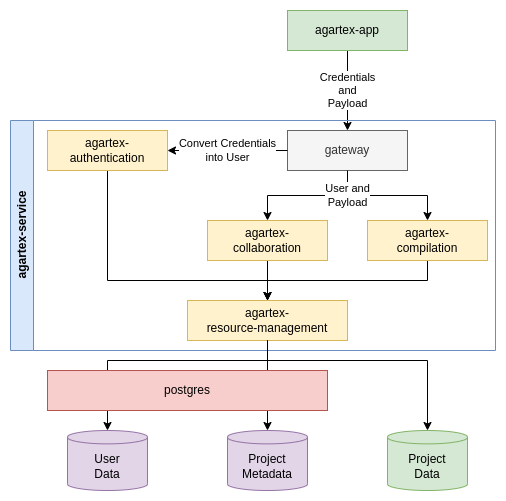
Agar-OSS/agartex-service-core keeps this draw.io diagram as design/microservices.png. Above is the earlier version. Source tidied: cells renumbered, new cells last; positions are measured from the earlier drawing's top-left corner, leaving out a move shared by most shapes. Source of this version:
```xml
<mxGraphModel>
  <root>
    <mxCell id="0" />
    <mxCell id="1" parent="0" />
    <mxCell id="2" value="Credentials&lt;br&gt;and&lt;br&gt;Payload" style="edgeStyle=orthogonalEdgeStyle;rounded=0;jettySize=auto;html=1;exitX=0.5;exitY=1;exitDx=0;exitDy=0;entryX=0.5;entryY=0;entryDx=0;entryDy=0;" parent="1" edge="1" source="3" target="8">
      <mxGeometry relative="1" as="geometry" />
    </mxCell>
    <mxCell id="3" value="agartex-app" style="rounded=0;whiteSpace=wrap;html=1;fillColor=#d5e8d4;strokeColor=#82b366;" parent="1" vertex="1">
      <mxGeometry x="277" width="120" height="40" as="geometry" />
    </mxCell>
    <mxCell id="4" value="agartex-service" style="swimlane;horizontal=0;whiteSpace=wrap;html=1;fillColor=#dae8fc;strokeColor=#6c8ebf;" parent="1" vertex="1">
      <mxGeometry y="110" width="485" height="230" as="geometry" />
    </mxCell>
    <mxCell id="5" style="edgeStyle=orthogonalEdgeStyle;rounded=0;jettySize=auto;html=1;exitX=0.5;exitY=1;exitDx=0;exitDy=0;entryX=0.5;entryY=0;entryDx=0;entryDy=0;" parent="4" edge="1" source="8" target="14">
      <mxGeometry relative="1" as="geometry" />
    </mxCell>
    <mxCell id="6" style="edgeStyle=orthogonalEdgeStyle;rounded=0;jettySize=auto;html=1;exitX=0.5;exitY=1;exitDx=0;exitDy=0;entryX=0.5;entryY=0;entryDx=0;entryDy=0;" parent="4" edge="1" source="7" target="15">
      <mxGeometry relative="1" as="geometry">
        <Array as="points">
          <mxPoint x="97" y="160" />
          <mxPoint x="257" y="160" />
        </Array>
      </mxGeometry>
    </mxCell>
    <mxCell id="7" value="agartex-authentication" style="rounded=0;whiteSpace=wrap;html=1;fillColor=#fff2cc;strokeColor=#d6b656;" parent="4" vertex="1">
      <mxGeometry x="37" y="10" width="120" height="40" as="geometry" />
    </mxCell>
    <mxCell id="8" value="gateway" style="rounded=0;whiteSpace=wrap;html=1;fillColor=#f5f5f5;strokeColor=#666666;fontColor=#333333;" parent="4" vertex="1">
      <mxGeometry x="277" y="10" width="120" height="40" as="geometry" />
    </mxCell>
    <mxCell id="9" value="Convert Credentials&lt;br&gt;into User" style="edgeStyle=orthogonalEdgeStyle;rounded=0;jettySize=auto;html=1;exitX=0;exitY=0.5;exitDx=0;exitDy=0;entryX=1;entryY=0.5;entryDx=0;entryDy=0;labelBackgroundColor=default;" parent="4" edge="1" source="8" target="7">
      <mxGeometry relative="1" as="geometry" />
    </mxCell>
    <mxCell id="10" style="edgeStyle=orthogonalEdgeStyle;rounded=0;jettySize=auto;html=1;entryX=0.5;entryY=0;entryDx=0;entryDy=0;" parent="4" edge="1" source="11" target="15">
      <mxGeometry relative="1" as="geometry" />
    </mxCell>
    <mxCell id="11" value="agartex-&lt;br&gt;collaboration" style="rounded=0;whiteSpace=wrap;html=1;fillColor=#fff2cc;strokeColor=#d6b656;" parent="4" vertex="1">
      <mxGeometry x="197" y="100" width="120" height="40" as="geometry" />
    </mxCell>
    <mxCell id="12" value="User and&lt;br&gt;Payload" style="edgeStyle=orthogonalEdgeStyle;rounded=0;jettySize=auto;html=1;exitX=0.5;exitY=1;exitDx=0;exitDy=0;entryX=0.5;entryY=0;entryDx=0;entryDy=0;" parent="4" edge="1" source="8" target="11">
      <mxGeometry x="-0.62" relative="1" as="geometry" />
    </mxCell>
    <mxCell id="13" style="edgeStyle=orthogonalEdgeStyle;rounded=0;jettySize=auto;html=1;exitX=0.5;exitY=1;exitDx=0;exitDy=0;" parent="4" edge="1" source="14">
      <mxGeometry relative="1" as="geometry">
        <mxPoint x="257" y="180" as="targetPoint" />
      </mxGeometry>
    </mxCell>
    <mxCell id="14" value="agartex-&lt;br&gt;compilation" style="rounded=0;whiteSpace=wrap;html=1;fillColor=#fff2cc;strokeColor=#d6b656;" parent="4" vertex="1">
      <mxGeometry x="357" y="100" width="120" height="40" as="geometry" />
    </mxCell>
    <mxCell id="15" value="agartex-&lt;br&gt;resource-management" style="rounded=0;whiteSpace=wrap;html=1;fillColor=#fff2cc;strokeColor=#d6b656;" parent="4" vertex="1">
      <mxGeometry x="177" y="180" width="160" height="40" as="geometry" />
    </mxCell>
    <mxCell id="16" value="Project&lt;br&gt;Data" style="shape=cylinder3;whiteSpace=wrap;html=1;boundedLbl=1;backgroundOutline=1;size=6.682926829268354;fillColor=#d5e8d4;strokeColor=#82b366;" parent="1" vertex="1">
      <mxGeometry x="377" y="420" width="80" height="60" as="geometry" />
    </mxCell>
    <mxCell id="17" value="User&lt;br&gt;Data" style="shape=cylinder3;whiteSpace=wrap;html=1;boundedLbl=1;backgroundOutline=1;size=6.682926829268354;fillColor=#e1d5e7;strokeColor=#9673a6;" parent="1" vertex="1">
      <mxGeometry x="57" y="420" width="80" height="60" as="geometry" />
    </mxCell>
    <mxCell id="18" value="Project&lt;br&gt;Metadata" style="shape=cylinder3;whiteSpace=wrap;html=1;boundedLbl=1;backgroundOutline=1;size=6.682926829268354;fillColor=#e1d5e7;strokeColor=#9673a6;" parent="1" vertex="1">
      <mxGeometry x="217" y="420" width="80" height="60" as="geometry" />
    </mxCell>
    <mxCell id="19" style="edgeStyle=orthogonalEdgeStyle;rounded=0;jettySize=auto;html=1;" parent="1" edge="1" target="18">
      <mxGeometry relative="1" as="geometry">
        <mxPoint x="257" y="330" as="sourcePoint" />
      </mxGeometry>
    </mxCell>
    <mxCell id="20" style="edgeStyle=orthogonalEdgeStyle;rounded=0;jettySize=auto;html=1;exitX=0.5;exitY=1;exitDx=0;exitDy=0;" parent="1" edge="1" source="15" target="17">
      <mxGeometry relative="1" as="geometry">
        <Array as="points">
          <mxPoint x="257" y="350" />
          <mxPoint x="97" y="350" />
        </Array>
      </mxGeometry>
    </mxCell>
    <mxCell id="21" style="edgeStyle=orthogonalEdgeStyle;rounded=0;jettySize=auto;html=1;exitX=0.5;exitY=1;exitDx=0;exitDy=0;entryX=0.5;entryY=0;entryDx=0;entryDy=0;entryPerimeter=0;" parent="1" edge="1" source="15" target="16">
      <mxGeometry relative="1" as="geometry">
        <Array as="points">
          <mxPoint x="257" y="350" />
          <mxPoint x="417" y="350" />
        </Array>
      </mxGeometry>
    </mxCell>
    <mxCell id="22" value="postgres" style="rounded=0;whiteSpace=wrap;html=1;fillColor=#f8cecc;strokeColor=#b85450;" parent="1" vertex="1">
      <mxGeometry x="37" y="360" width="280" height="40" as="geometry" />
    </mxCell>
  </root>
</mxGraphModel>
```
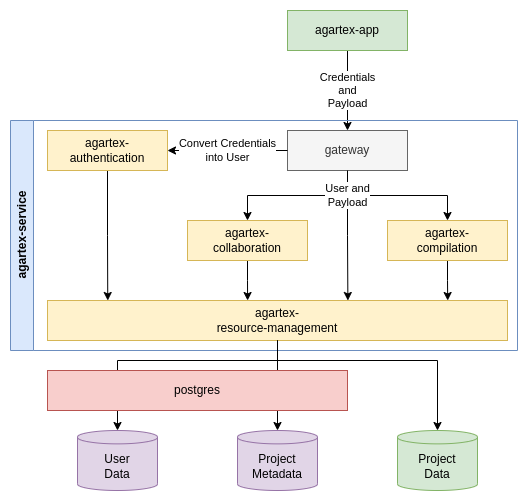
After the commit.

Change to the diagram source:
```diff
@@ -9,80 +9,74 @@
       <mxGeometry x="277" width="120" height="40" as="geometry" />
     </mxCell>
     <mxCell id="4" value="agartex-service" style="swimlane;horizontal=0;whiteSpace=wrap;html=1;fillColor=#dae8fc;strokeColor=#6c8ebf;" parent="1" vertex="1">
-      <mxGeometry y="110" width="485" height="230" as="geometry" />
+      <mxGeometry y="110" width="507" height="230" as="geometry" />
     </mxCell>
     <mxCell id="5" style="edgeStyle=orthogonalEdgeStyle;rounded=0;jettySize=auto;html=1;exitX=0.5;exitY=1;exitDx=0;exitDy=0;entryX=0.5;entryY=0;entryDx=0;entryDy=0;" parent="4" edge="1" source="8" target="14">
       <mxGeometry relative="1" as="geometry" />
     </mxCell>
-    <mxCell id="6" style="edgeStyle=orthogonalEdgeStyle;rounded=0;jettySize=auto;html=1;exitX=0.5;exitY=1;exitDx=0;exitDy=0;entryX=0.5;entryY=0;entryDx=0;entryDy=0;" parent="4" edge="1" source="7" target="15">
-      <mxGeometry relative="1" as="geometry">
-        <Array as="points">
-          <mxPoint x="97" y="160" />
-          <mxPoint x="257" y="160" />
-        </Array>
-      </mxGeometry>
+    <mxCell id="6" style="edgeStyle=orthogonalEdgeStyle;rounded=0;jettySize=auto;html=1;exitX=0.5;exitY=1;exitDx=0;exitDy=0;entryX=0.131;entryY=0;entryDx=0;entryDy=0;entryPerimeter=0;" parent="4" edge="1" source="7" target="15">
+      <mxGeometry relative="1" as="geometry" />
     </mxCell>
     <mxCell id="7" value="agartex-authentication" style="rounded=0;whiteSpace=wrap;html=1;fillColor=#fff2cc;strokeColor=#d6b656;" parent="4" vertex="1">
       <mxGeometry x="37" y="10" width="120" height="40" as="geometry" />
     </mxCell>
+    <mxCell id="23" style="edgeStyle=orthogonalEdgeStyle;rounded=0;jettySize=auto;html=1;exitX=0.5;exitY=1;exitDx=0;exitDy=0;entryX=0.653;entryY=0;entryDx=0;entryDy=0;entryPerimeter=0;" parent="4" edge="1" source="8" target="15">
+      <mxGeometry relative="1" as="geometry" />
+    </mxCell>
     <mxCell id="8" value="gateway" style="rounded=0;whiteSpace=wrap;html=1;fillColor=#f5f5f5;strokeColor=#666666;fontColor=#333333;" parent="4" vertex="1">
       <mxGeometry x="277" y="10" width="120" height="40" as="geometry" />
     </mxCell>
     <mxCell id="9" value="Convert Credentials&lt;br&gt;into User" style="edgeStyle=orthogonalEdgeStyle;rounded=0;jettySize=auto;html=1;exitX=0;exitY=0.5;exitDx=0;exitDy=0;entryX=1;entryY=0.5;entryDx=0;entryDy=0;labelBackgroundColor=default;" parent="4" edge="1" source="8" target="7">
       <mxGeometry relative="1" as="geometry" />
     </mxCell>
-    <mxCell id="10" style="edgeStyle=orthogonalEdgeStyle;rounded=0;jettySize=auto;html=1;entryX=0.5;entryY=0;entryDx=0;entryDy=0;" parent="4" edge="1" source="11" target="15">
+    <mxCell id="10" style="edgeStyle=orthogonalEdgeStyle;rounded=0;jettySize=auto;html=1;exitX=0.5;exitY=1;exitDx=0;exitDy=0;entryX=0.435;entryY=0;entryDx=0;entryDy=0;entryPerimeter=0;" parent="4" edge="1" source="11" target="15">
       <mxGeometry relative="1" as="geometry" />
     </mxCell>
     <mxCell id="11" value="agartex-&lt;br&gt;collaboration" style="rounded=0;whiteSpace=wrap;html=1;fillColor=#fff2cc;strokeColor=#d6b656;" parent="4" vertex="1">
-      <mxGeometry x="197" y="100" width="120" height="40" as="geometry" />
+      <mxGeometry x="177" y="100" width="120" height="40" as="geometry" />
     </mxCell>
     <mxCell id="12" value="User and&lt;br&gt;Payload" style="edgeStyle=orthogonalEdgeStyle;rounded=0;jettySize=auto;html=1;exitX=0.5;exitY=1;exitDx=0;exitDy=0;entryX=0.5;entryY=0;entryDx=0;entryDy=0;" parent="4" edge="1" source="8" target="11">
-      <mxGeometry x="-0.62" relative="1" as="geometry" />
+      <mxGeometry x="-0.67" relative="1" as="geometry" />
     </mxCell>
-    <mxCell id="13" style="edgeStyle=orthogonalEdgeStyle;rounded=0;jettySize=auto;html=1;exitX=0.5;exitY=1;exitDx=0;exitDy=0;" parent="4" edge="1" source="14">
-      <mxGeometry relative="1" as="geometry">
-        <mxPoint x="257" y="180" as="targetPoint" />
-      </mxGeometry>
-    </mxCell>
+    <mxCell id="24" style="edgeStyle=orthogonalEdgeStyle;rounded=0;jettySize=auto;html=1;exitX=0.5;exitY=1;exitDx=0;exitDy=0;entryX=0.87;entryY=0;entryDx=0;entryDy=0;entryPerimeter=0;" parent="4" edge="1" source="14" target="15">
+      <mxGeometry relative="1" as="geometry" />
+    </mxCell>
     <mxCell id="14" value="agartex-&lt;br&gt;compilation" style="rounded=0;whiteSpace=wrap;html=1;fillColor=#fff2cc;strokeColor=#d6b656;" parent="4" vertex="1">
-      <mxGeometry x="357" y="100" width="120" height="40" as="geometry" />
+      <mxGeometry x="377" y="100" width="120" height="40" as="geometry" />
     </mxCell>
     <mxCell id="15" value="agartex-&lt;br&gt;resource-management" style="rounded=0;whiteSpace=wrap;html=1;fillColor=#fff2cc;strokeColor=#d6b656;" parent="4" vertex="1">
-      <mxGeometry x="177" y="180" width="160" height="40" as="geometry" />
+      <mxGeometry x="37" y="180" width="460" height="40" as="geometry" />
     </mxCell>
     <mxCell id="16" value="Project&lt;br&gt;Data" style="shape=cylinder3;whiteSpace=wrap;html=1;boundedLbl=1;backgroundOutline=1;size=6.682926829268354;fillColor=#d5e8d4;strokeColor=#82b366;" parent="1" vertex="1">
-      <mxGeometry x="377" y="420" width="80" height="60" as="geometry" />
+      <mxGeometry x="387" y="420" width="80" height="60" as="geometry" />
     </mxCell>
     <mxCell id="17" value="User&lt;br&gt;Data" style="shape=cylinder3;whiteSpace=wrap;html=1;boundedLbl=1;backgroundOutline=1;size=6.682926829268354;fillColor=#e1d5e7;strokeColor=#9673a6;" parent="1" vertex="1">
-      <mxGeometry x="57" y="420" width="80" height="60" as="geometry" />
+      <mxGeometry x="67" y="420" width="80" height="60" as="geometry" />
     </mxCell>
     <mxCell id="18" value="Project&lt;br&gt;Metadata" style="shape=cylinder3;whiteSpace=wrap;html=1;boundedLbl=1;backgroundOutline=1;size=6.682926829268354;fillColor=#e1d5e7;strokeColor=#9673a6;" parent="1" vertex="1">
-      <mxGeometry x="217" y="420" width="80" height="60" as="geometry" />
+      <mxGeometry x="227" y="420" width="80" height="60" as="geometry" />
     </mxCell>
-    <mxCell id="19" style="edgeStyle=orthogonalEdgeStyle;rounded=0;jettySize=auto;html=1;" parent="1" edge="1" target="18">
-      <mxGeometry relative="1" as="geometry">
-        <mxPoint x="257" y="330" as="sourcePoint" />
-      </mxGeometry>
-    </mxCell>
+    <mxCell id="25" style="edgeStyle=orthogonalEdgeStyle;rounded=0;jettySize=auto;html=1;entryX=0.5;entryY=0;entryDx=0;entryDy=0;entryPerimeter=0;" parent="1" edge="1" source="15" target="18">
+      <mxGeometry relative="1" as="geometry" />
+    </mxCell>
-    <mxCell id="20" style="edgeStyle=orthogonalEdgeStyle;rounded=0;jettySize=auto;html=1;exitX=0.5;exitY=1;exitDx=0;exitDy=0;" parent="1" edge="1" source="15" target="17">
+    <mxCell id="20" style="edgeStyle=orthogonalEdgeStyle;rounded=0;jettySize=auto;html=1;entryX=0.5;entryY=0;entryDx=0;entryDy=0;entryPerimeter=0;" parent="1" edge="1" source="15" target="17">
       <mxGeometry relative="1" as="geometry">
         <Array as="points">
-          <mxPoint x="257" y="350" />
-          <mxPoint x="97" y="350" />
+          <mxPoint x="267" y="350" />
+          <mxPoint x="107" y="350" />
         </Array>
       </mxGeometry>
     </mxCell>
-    <mxCell id="21" style="edgeStyle=orthogonalEdgeStyle;rounded=0;jettySize=auto;html=1;exitX=0.5;exitY=1;exitDx=0;exitDy=0;entryX=0.5;entryY=0;entryDx=0;entryDy=0;entryPerimeter=0;" parent="1" edge="1" source="15" target="16">
+    <mxCell id="21" style="edgeStyle=orthogonalEdgeStyle;rounded=0;jettySize=auto;html=1;exitX=0.5;exitY=1;exitDx=0;exitDy=0;" parent="1" edge="1" source="15" target="16">
       <mxGeometry relative="1" as="geometry">
         <Array as="points">
-          <mxPoint x="257" y="350" />
-          <mxPoint x="417" y="350" />
+          <mxPoint x="267" y="350" />
+          <mxPoint x="427" y="350" />
         </Array>
       </mxGeometry>
     </mxCell>
     <mxCell id="22" value="postgres" style="rounded=0;whiteSpace=wrap;html=1;fillColor=#f8cecc;strokeColor=#b85450;" parent="1" vertex="1">
-      <mxGeometry x="37" y="360" width="280" height="40" as="geometry" />
+      <mxGeometry x="37" y="360" width="300" height="40" as="geometry" />
     </mxCell>
   </root>
 </mxGraphModel>
```
